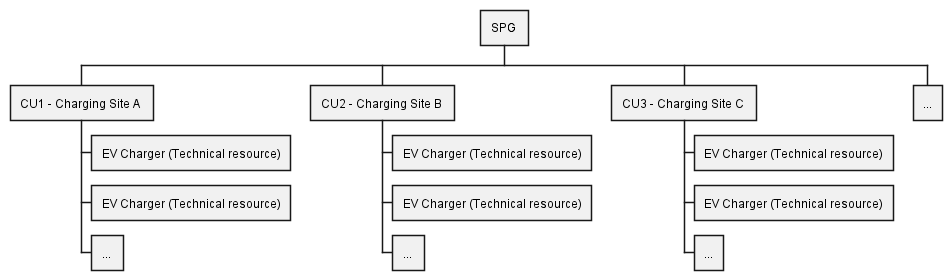
Earlier version of the PlantUML export docs/diagrams/spg_cu_ev_example.png (elhub/flex-information-system). The source it was exported from:
```plantuml
@startwbs spg_cu_ev_example
title ""

* SPG
** CU1 - Charging Site A
*** EV Charger (Technical resource)
*** EV Charger (Technical resource)
*** ...
** CU2 - Charging Site B
*** EV Charger (Technical resource)
*** EV Charger (Technical resource)
*** ...
** CU3 - Charging Site C
*** EV Charger (Technical resource)
*** EV Charger (Technical resource)
*** ...
** ...
@endwbs
```
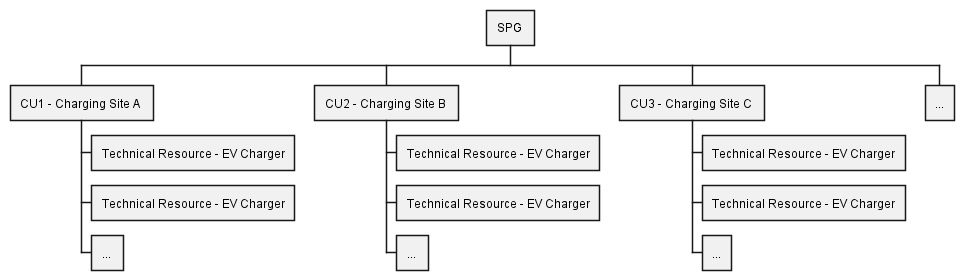
The same diagram one commit later.

What changed in the source:
```diff
@@ -3,16 +3,16 @@
 
 * SPG
 ** CU1 - Charging Site A
-*** EV Charger (Technical resource)
-*** EV Charger (Technical resource)
+*** Technical Resource - EV Charger
+*** Technical Resource - EV Charger
 *** ...
 ** CU2 - Charging Site B
-*** EV Charger (Technical resource)
-*** EV Charger (Technical resource)
+*** Technical Resource - EV Charger
+*** Technical Resource - EV Charger
 *** ...
 ** CU3 - Charging Site C
-*** EV Charger (Technical resource)
-*** EV Charger (Technical resource)
+*** Technical Resource - EV Charger
+*** Technical Resource - EV Charger
 *** ...
 ** ...
 @endwbs
```
